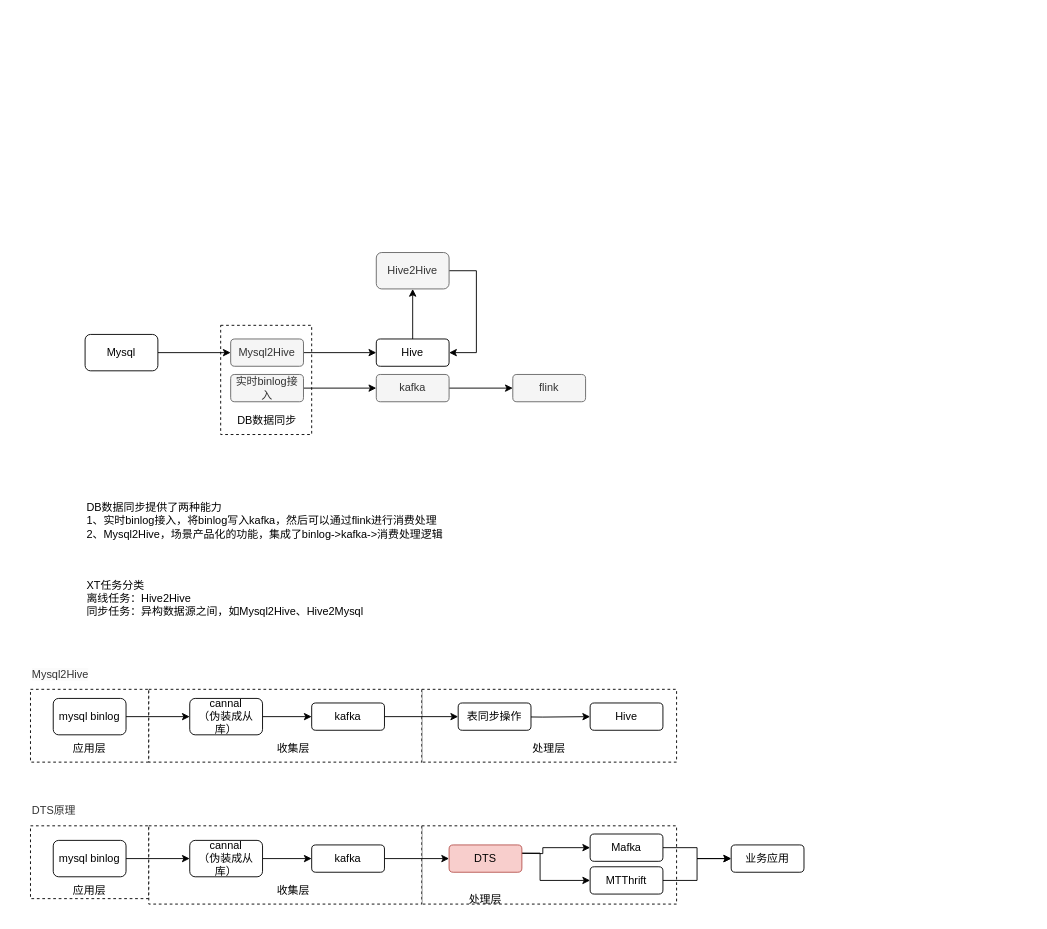
Before: MT数据架构.drawio in yamilinqh/spicedb, a draw.io diagram. Source tidied: cells renumbered, new cells numbered last; positions are measured from the earlier drawing's top-left corner, leaving out a move shared by most shapes. Both pictures are drawn from the tidied source at 91%, with x=0, y=0 at pixel (30, 252).
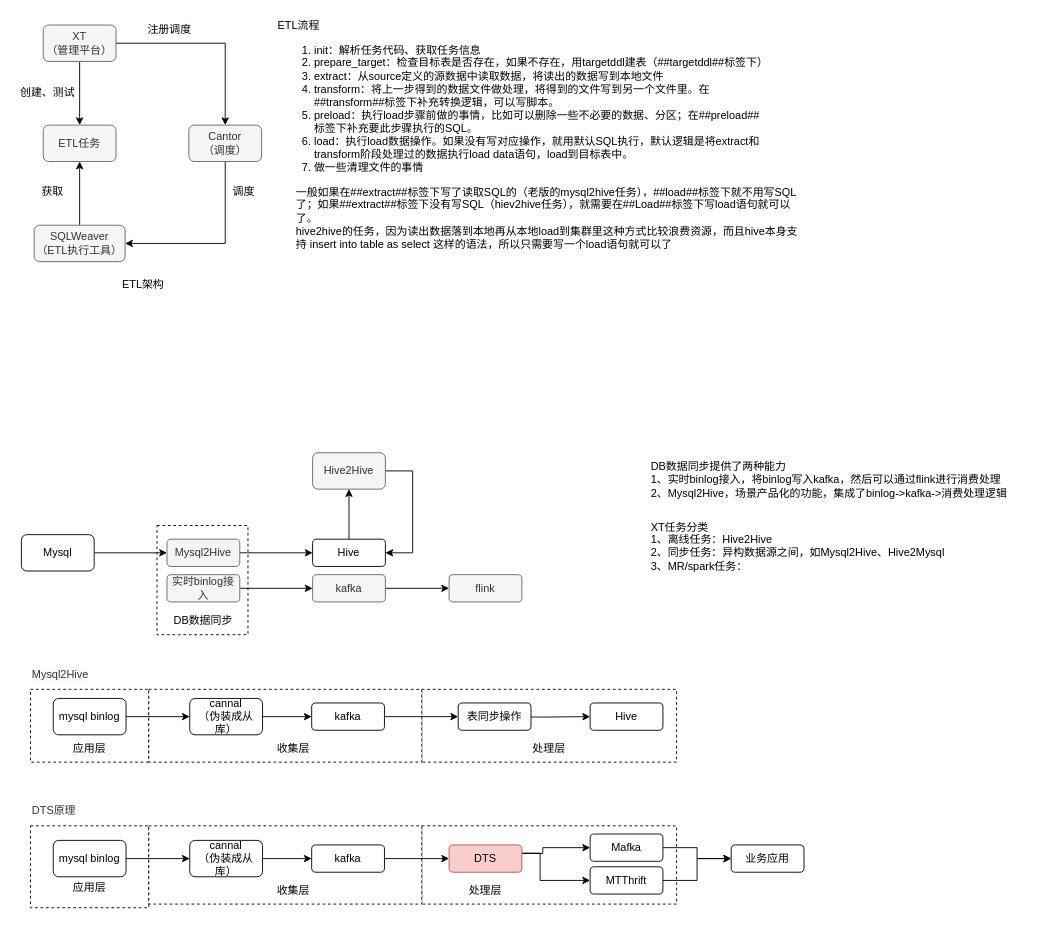
The same diagram, later.

The edit, as a diff of the source:
```diff
@@
     <mxCell id="5" style="rounded=0;whiteSpace=wrap;html=1;dashed=1;" parent="1" vertex="1">
-      <mxGeometry x="209" y="80" width="100" height="120" as="geometry" />
+      <mxGeometry x="139" y="300" width="100" height="120" as="geometry" />
     </mxCell>
@@
     <mxCell id="7" value="Mysql" style="rounded=1;whiteSpace=wrap;html=1;" parent="1" vertex="1">
-      <mxGeometry x="60" y="90" width="80" height="40" as="geometry" />
+      <mxGeometry x="-10" y="310" width="80" height="40" as="geometry" />
     </mxCell>
@@
     <mxCell id="9" value="Mysql2Hive" style="rounded=1;whiteSpace=wrap;html=1;fillColor=#f5f5f5;fontColor=#333333;strokeColor=#666666;" parent="1" vertex="1">
-      <mxGeometry x="220" y="95" width="80" height="30" as="geometry" />
+      <mxGeometry x="150" y="315" width="80" height="30" as="geometry" />
     </mxCell>
@@
     <mxCell id="11" value="Hive" style="rounded=1;whiteSpace=wrap;html=1;" parent="1" vertex="1">
-      <mxGeometry x="380" y="95" width="80" height="30" as="geometry" />
+      <mxGeometry x="310" y="315" width="80" height="30" as="geometry" />
     </mxCell>
     <mxCell id="12" style="edgeStyle=orthogonalEdgeStyle;rounded=0;jettySize=auto;html=1;entryX=1;entryY=0.5;entryDx=0;entryDy=0;" parent="1" edge="1" source="13" target="11">
       <mxGeometry relative="1" as="geometry">
         <Array as="points">
-          <mxPoint x="490" y="20" />
-          <mxPoint x="490" y="110" />
+          <mxPoint x="420" y="240" />
+          <mxPoint x="420" y="330" />
         </Array>
       </mxGeometry>
     </mxCell>
     <mxCell id="13" value="Hive2Hive" style="rounded=1;whiteSpace=wrap;html=1;fillColor=#f5f5f5;fontColor=#333333;strokeColor=#666666;" parent="1" vertex="1">
-      <mxGeometry x="380" width="80" height="40" as="geometry" />
+      <mxGeometry x="310" y="220" width="80" height="40" as="geometry" />
     </mxCell>
-    <mxCell id="14" value="XT任务分类&lt;br&gt;离线任务：Hive2Hive&lt;br&gt;同步任务：异构数据源之间，如Mysql2Hive、Hive2Mysql" style="text;html=1;align=left;verticalAlign=middle;whiteSpace=wrap;rounded=0;" parent="1" vertex="1">
-      <mxGeometry x="60" y="340" width="320" height="80" as="geometry" />
+    <mxCell id="14" value="XT任务分类&lt;br&gt;1、离线任务：Hive2Hive&lt;br&gt;2、同步任务：异构数据源之间，如Mysql2Hive、Hive2Mysql&lt;br&gt;3、MR/spark任务：&lt;br&gt;&lt;div&gt;&lt;br&gt;&lt;/div&gt;" style="text;html=1;align=left;verticalAlign=middle;whiteSpace=wrap;rounded=0;" parent="1" vertex="1">
+      <mxGeometry x="680" y="290" width="380" height="80" as="geometry" />
     </mxCell>
     <mxCell id="15" value="DB数据同步" style="text;html=1;align=center;verticalAlign=middle;whiteSpace=wrap;rounded=0;" parent="1" vertex="1">
-      <mxGeometry x="225" y="170" width="70" height="30" as="geometry" />
+      <mxGeometry x="155" y="390" width="70" height="30" as="geometry" />
     </mxCell>
@@
     <mxCell id="17" value="实时binlog接入" style="rounded=1;whiteSpace=wrap;html=1;fillColor=#f5f5f5;fontColor=#333333;strokeColor=#666666;" parent="1" vertex="1">
-      <mxGeometry x="220" y="134" width="80" height="30" as="geometry" />
+      <mxGeometry x="150" y="354" width="80" height="30" as="geometry" />
     </mxCell>
@@
     <mxCell id="19" value="kafka" style="rounded=1;whiteSpace=wrap;html=1;fillColor=#f5f5f5;fontColor=#333333;strokeColor=#666666;" parent="1" vertex="1">
-      <mxGeometry x="380" y="134" width="80" height="30" as="geometry" />
+      <mxGeometry x="310" y="354" width="80" height="30" as="geometry" />
     </mxCell>
     <mxCell id="20" value="flink" style="rounded=1;whiteSpace=wrap;html=1;fillColor=#f5f5f5;fontColor=#333333;strokeColor=#666666;" parent="1" vertex="1">
-      <mxGeometry x="530" y="134" width="80" height="30" as="geometry" />
+      <mxGeometry x="460" y="354" width="80" height="30" as="geometry" />
     </mxCell>
     <mxCell id="21" value="DB数据同步提供了两种能力&lt;br&gt;1、实时binlog接入，将binlog写入kafka，然后可以通过flink进行消费处理&lt;br&gt;2、Mysql2Hive，场景产品化的功能，集成了binlog-&amp;gt;kafka-&amp;gt;消费处理逻辑" style="text;html=1;align=left;verticalAlign=middle;whiteSpace=wrap;rounded=0;" parent="1" vertex="1">
-      <mxGeometry x="60" y="265" width="420" height="60" as="geometry" />
+      <mxGeometry x="680" y="220" width="420" height="60" as="geometry" />
     </mxCell>
@@
     <mxCell id="36" style="rounded=0;whiteSpace=wrap;html=1;dashed=1;" parent="1" vertex="1">
-      <mxGeometry y="630" width="130" height="80" as="geometry" />
+      <mxGeometry y="630" width="130" height="90" as="geometry" />
     </mxCell>
@@
     <mxCell id="51" value="处理层" style="text;html=1;align=center;verticalAlign=middle;whiteSpace=wrap;rounded=0;" parent="1" vertex="1">
-      <mxGeometry x="470" y="696" width="60" height="30" as="geometry" />
+      <mxGeometry x="470" y="686" width="60" height="30" as="geometry" />
     </mxCell>
     <mxCell id="52" value="应用层" style="text;html=1;align=center;verticalAlign=middle;whiteSpace=wrap;rounded=0;" parent="1" vertex="1">
-      <mxGeometry x="35" y="686" width="60" height="30" as="geometry" />
+      <mxGeometry x="35" y="686" width="60" height="24" as="geometry" />
     </mxCell>
@@
+    <mxCell id="56" style="edgeStyle=orthogonalEdgeStyle;rounded=0;jettySize=auto;html=1;" parent="1" edge="1" source="57" target="63">
+      <mxGeometry relative="1" as="geometry">
+        <Array as="points">
+          <mxPoint x="214" y="-10" />
+        </Array>
+      </mxGeometry>
+    </mxCell>
+    <mxCell id="57" value="Cantor&lt;br&gt;（调度）" style="rounded=1;whiteSpace=wrap;html=1;fillColor=#f5f5f5;fontColor=#333333;strokeColor=#666666;" parent="1" vertex="1">
+      <mxGeometry x="174" y="-140" width="80" height="40" as="geometry" />
+    </mxCell>
+    <mxCell id="58" value="ETL任务" style="rounded=1;whiteSpace=wrap;html=1;fillColor=#f5f5f5;fontColor=#333333;strokeColor=#666666;" parent="1" vertex="1">
+      <mxGeometry x="14" y="-140" width="80" height="40" as="geometry" />
+    </mxCell>
+    <mxCell id="59" style="edgeStyle=orthogonalEdgeStyle;rounded=0;jettySize=auto;html=1;" parent="1" edge="1" source="61" target="57">
+      <mxGeometry relative="1" as="geometry" />
+    </mxCell>
+    <mxCell id="60" style="edgeStyle=orthogonalEdgeStyle;rounded=0;jettySize=auto;html=1;" parent="1" edge="1" source="61" target="58">
+      <mxGeometry relative="1" as="geometry" />
+    </mxCell>
+    <mxCell id="61" value="XT&lt;br&gt;（管理平台）" style="rounded=1;whiteSpace=wrap;html=1;fillColor=#f5f5f5;fontColor=#333333;strokeColor=#666666;" parent="1" vertex="1">
+      <mxGeometry x="14" y="-250" width="80" height="40" as="geometry" />
+    </mxCell>
+    <mxCell id="62" style="edgeStyle=orthogonalEdgeStyle;rounded=0;jettySize=auto;html=1;" parent="1" edge="1" source="63" target="58">
+      <mxGeometry relative="1" as="geometry" />
+    </mxCell>
+    <mxCell id="63" value="SQLWeaver&lt;br&gt;（ETL执行工具）" style="rounded=1;whiteSpace=wrap;html=1;fillColor=#f5f5f5;fontColor=#333333;strokeColor=#666666;" parent="1" vertex="1">
+      <mxGeometry x="4" y="-30" width="100" height="40" as="geometry" />
+    </mxCell>
+    <mxCell id="64" value="创建、测试" style="text;html=1;align=center;verticalAlign=middle;whiteSpace=wrap;rounded=0;" parent="1" vertex="1">
+      <mxGeometry x="-16" y="-190" width="70" height="30" as="geometry" />
+    </mxCell>
+    <mxCell id="65" value="注册调度" style="text;html=1;align=center;verticalAlign=middle;whiteSpace=wrap;rounded=0;" parent="1" vertex="1">
+      <mxGeometry x="123" y="-260" width="60" height="30" as="geometry" />
+    </mxCell>
+    <mxCell id="66" value="调度" style="text;html=1;align=center;verticalAlign=middle;strokeColor=none;fillColor=none;" parent="1" vertex="1">
+      <mxGeometry x="209" y="-82" width="50" height="30" as="geometry" />
+    </mxCell>
+    <mxCell id="67" value="获取" style="text;html=1;align=center;verticalAlign=middle;strokeColor=none;fillColor=none;" parent="1" vertex="1">
+      <mxGeometry x="-1" y="-82" width="50" height="30" as="geometry" />
+    </mxCell>
+    <mxCell id="68" value="ETL架构" style="text;html=1;align=center;verticalAlign=middle;whiteSpace=wrap;rounded=0;" parent="1" vertex="1">
+      <mxGeometry x="94" y="20" width="60" height="30" as="geometry" />
+    </mxCell>
+    <mxCell id="69" value="&lt;div&gt;ETL流程&lt;/div&gt;&lt;div&gt;&lt;ol&gt;&lt;li&gt;init：解析任务代码、获取任务信息&lt;/li&gt;&lt;li&gt;prepare_target：检查目标表是否存在，如果不存在，用targetddl建表（##targetddl##标签下）&lt;/li&gt;&lt;li&gt;extract：从source定义的源数据中读取数据，将读出的数据写到本地文件&lt;/li&gt;&lt;li&gt;transform：将上一步得到的数据文件做处理，将得到的文件写到另一个文件里。在##transform##标签下补充转换逻辑，可以写脚本。&lt;/li&gt;&lt;li&gt;preload：执行load步骤前做的事情，比如可以删除一些不必要的数据、分区；在##preload##标签下补充要此步骤执行的SQL。&lt;/li&gt;&lt;li&gt;load：执行load数据操作。如果没有写对应操作，就用默认SQL执行，默认逻辑是将extract和transform阶段处理过的数据执行load data语句，load到目标表中。&lt;/li&gt;&lt;li&gt;做一些清理文件的事情&lt;/li&gt;&lt;/ol&gt;&lt;/div&gt;" style="text;html=1;align=left;verticalAlign=middle;whiteSpace=wrap;rounded=0;" parent="1" vertex="1">
+      <mxGeometry x="270" y="-260" width="540" height="190" as="geometry" />
+    </mxCell>
+    <mxCell id="70" value="一般如果在##extract##标签下写了读取SQL的（老版的mysql2hive任务），##load##标签下就不用写SQL了；如果##extract##标签下没有写SQL（hiev2hive任务），就需要在##Load##标签下写load语句就可以了。&lt;br&gt;hive2hive的任务，因为读出数据落到本地再从本地load到集群里这种方式比较浪费资源，而且hive本身支持 insert into table as select 这样的语法，所以只需要写一个load语句就可以了" style="text;whiteSpace=wrap;html=1;" parent="1" vertex="1">
+      <mxGeometry x="290" y="-80" width="560" height="90" as="geometry" />
+    </mxCell>
```
